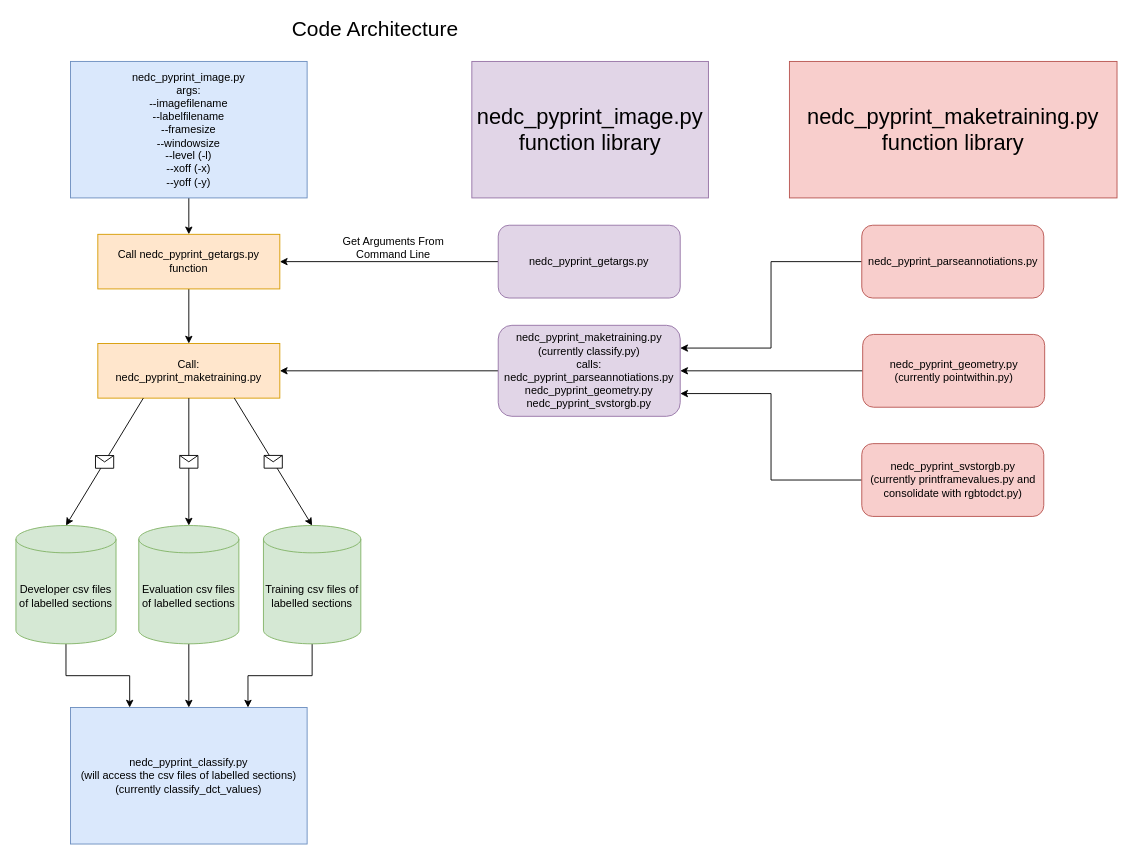
Leo-Berman/Machine-Learning-Applications-In-Digital-Pathology keeps this draw.io diagram as flowchart/code_architecture.drawio. Above is the earlier version. Source tidied: cells renumbered, new cells numbered last; positions are measured from the earlier drawing's top-left corner, leaving out a move shared by most shapes. Both pictures are drawn from the tidied source at 91%, with x=0, y=0 at pixel (15, 15).
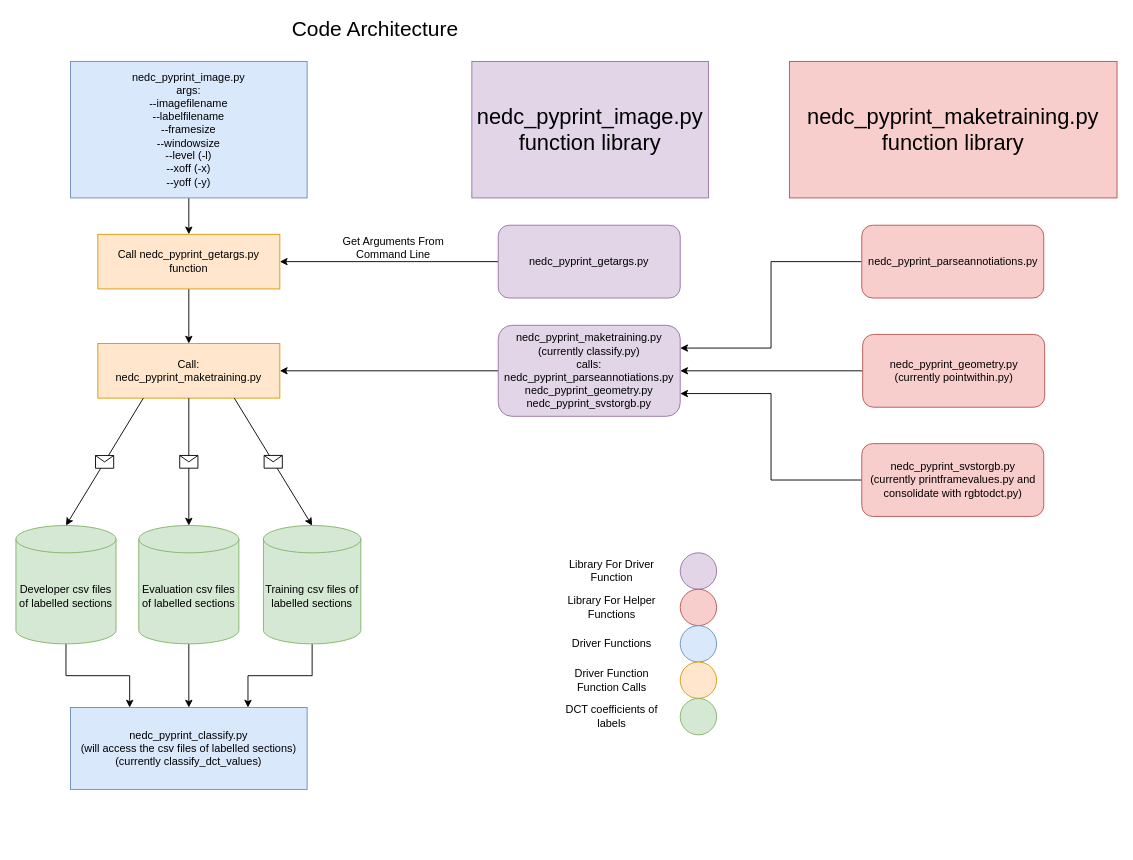
Above is the later version.

Change to the diagram source:
```diff
@@
     <mxCell id="25" value="nedc_pyprint_classify.py&lt;div&gt;(will access the csv files of labelled sections)&lt;br&gt;&lt;div&gt;(currently classify_dct_values)&lt;/div&gt;&lt;/div&gt;" style="rounded=0;whiteSpace=wrap;html=1;fillColor=#dae8fc;strokeColor=#6c8ebf;" parent="1" vertex="1">
-      <mxGeometry x="60" y="760" width="260" height="150" as="geometry" />
+      <mxGeometry x="60" y="760" width="260" height="90" as="geometry" />
     </mxCell>
@@
+    <mxCell id="34" value="Library For Driver Function" style="text;html=1;align=center;verticalAlign=middle;whiteSpace=wrap;rounded=0;" parent="1" vertex="1">
+      <mxGeometry x="590" y="595" width="130" height="30" as="geometry" />
+    </mxCell>
+    <mxCell id="35" value="Library For Helper Functions" style="text;html=1;align=center;verticalAlign=middle;whiteSpace=wrap;rounded=0;" parent="1" vertex="1">
+      <mxGeometry x="590" y="635" width="130" height="30" as="geometry" />
+    </mxCell>
+    <mxCell id="36" value="Driver Functions" style="text;html=1;align=center;verticalAlign=middle;whiteSpace=wrap;rounded=0;" parent="1" vertex="1">
+      <mxGeometry x="590" y="675" width="130" height="30" as="geometry" />
+    </mxCell>
+    <mxCell id="37" value="Driver Function Function Calls" style="text;html=1;align=center;verticalAlign=middle;whiteSpace=wrap;rounded=0;" parent="1" vertex="1">
+      <mxGeometry x="590" y="715" width="130" height="30" as="geometry" />
+    </mxCell>
+    <mxCell id="38" value="DCT coefficients of labels" style="text;html=1;align=center;verticalAlign=middle;whiteSpace=wrap;rounded=0;" parent="1" vertex="1">
+      <mxGeometry x="590" y="755" width="130" height="30" as="geometry" />
+    </mxCell>
+    <mxCell id="39" style="ellipse;whiteSpace=wrap;html=1;fillColor=#e1d5e7;strokeColor=#9673a6;" parent="1" vertex="1">
+      <mxGeometry x="730" y="590" width="40" height="40" as="geometry" />
+    </mxCell>
+    <mxCell id="40" style="ellipse;whiteSpace=wrap;html=1;fillColor=#f8cecc;strokeColor=#b85450;" parent="1" vertex="1">
+      <mxGeometry x="730" y="630" width="40" height="40" as="geometry" />
+    </mxCell>
+    <mxCell id="41" style="ellipse;whiteSpace=wrap;html=1;fillColor=#dae8fc;strokeColor=#6c8ebf;" parent="1" vertex="1">
+      <mxGeometry x="730" y="670" width="40" height="40" as="geometry" />
+    </mxCell>
+    <mxCell id="42" style="ellipse;whiteSpace=wrap;html=1;fillColor=#ffe6cc;strokeColor=#d79b00;" parent="1" vertex="1">
+      <mxGeometry x="730" y="710" width="40" height="40" as="geometry" />
+    </mxCell>
+    <mxCell id="43" style="ellipse;whiteSpace=wrap;html=1;fillColor=#d5e8d4;strokeColor=#82b366;" parent="1" vertex="1">
+      <mxGeometry x="730" y="750" width="40" height="40" as="geometry" />
+    </mxCell>
```
